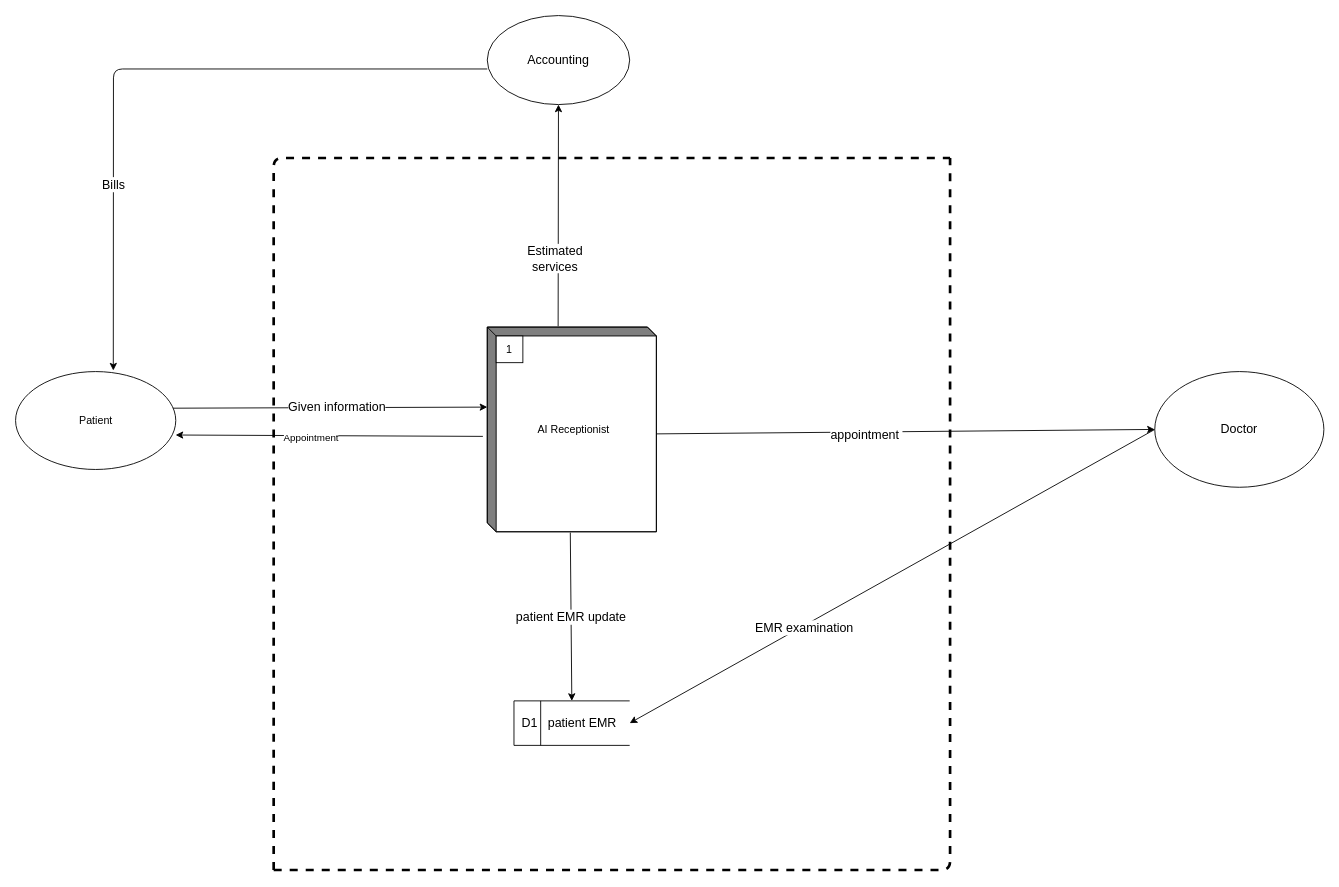
Earlier version of the draw.io diagram leveloneDFD.drawio (srssina/Healthcare_Database_system). Source tidied: cells renumbered, new cells numbered last; positions are measured from the earlier drawing's top-left corner, leaving out a move shared by most shapes. Both pictures are drawn from the tidied source at 89%, with x=0, y=0 at pixel (15, 15).
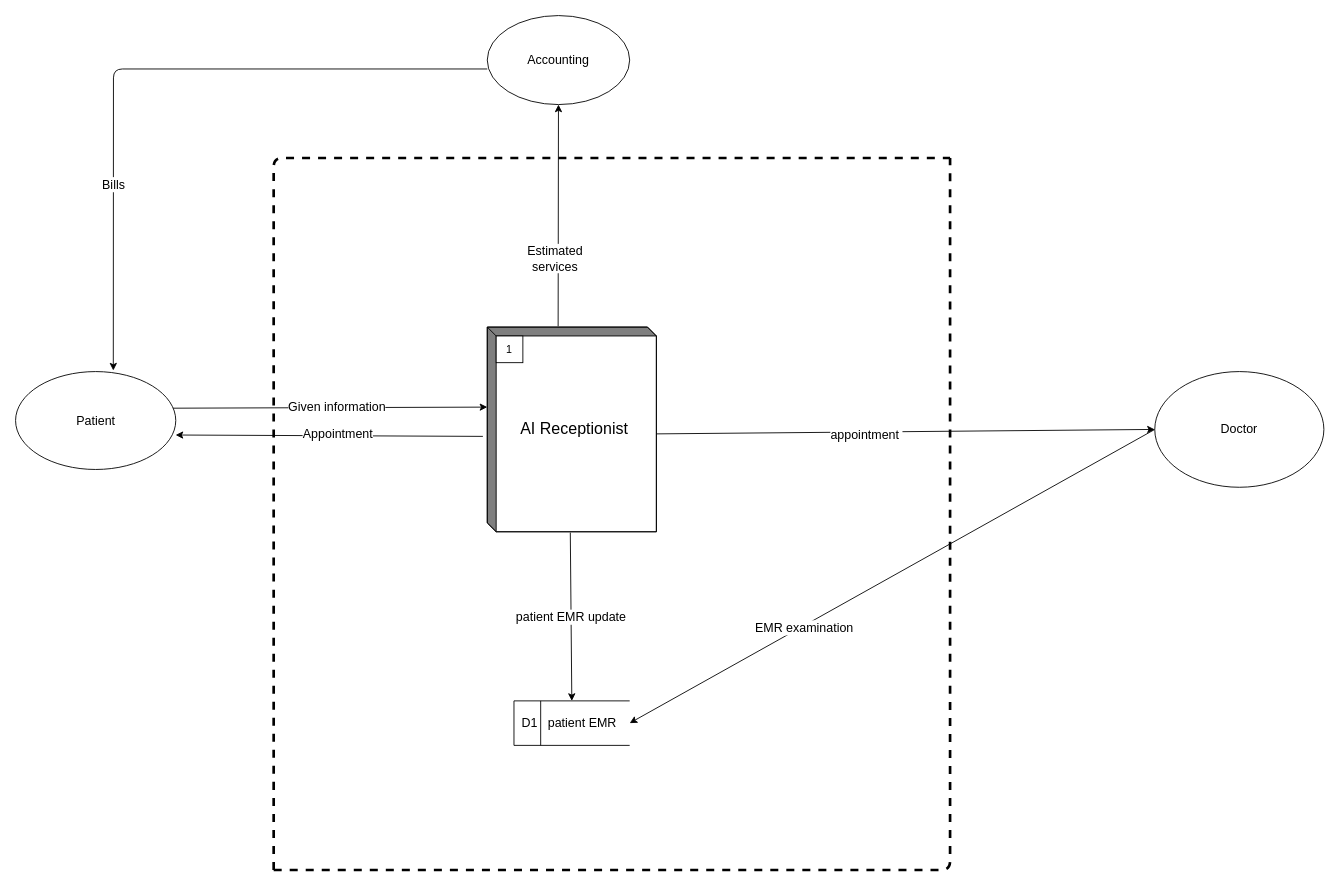
The same page after the edit.

Unchanged cells that the change refers to:
```xml
<mxCell id="9" style="edgeStyle=none;html=1;entryX=0.999;entryY=0.648;entryDx=0;entryDy=0;entryPerimeter=0;exitX=-0.026;exitY=0.534;exitDx=0;exitDy=0;exitPerimeter=0;" parent="1" edge="1" source="11" target="4">
  <mxGeometry relative="1" as="geometry" />
</mxCell>
```

Change to the diagram source:
```diff
@@
-    <mxCell id="4" value="Patient" style="shape=ellipse;html=1;dashed=0;whitespace=wrap;perimeter=ellipsePerimeter;rounded=0;strokeColor=default;fillColor=default;gradientColor=none;" parent="1" vertex="1">
+    <mxCell id="4" value="&lt;font style=&quot;font-size: 14px;&quot;&gt;Patient&lt;/font&gt;" style="shape=ellipse;html=1;dashed=0;whitespace=wrap;perimeter=ellipsePerimeter;rounded=0;strokeColor=default;fillColor=default;gradientColor=none;" parent="1" vertex="1">
       <mxGeometry y="400" width="180" height="110" as="geometry" />
     </mxCell>
@@
-    <mxCell id="10" value="Appointment" style="edgeLabel;html=1;align=center;verticalAlign=middle;" parent="9" vertex="1">
+    <mxCell id="10" value="&lt;font style=&quot;font-size: 14px;&quot;&gt;Appointment&lt;/font&gt;" style="edgeLabel;html=1;align=center;verticalAlign=middle;" parent="9" vertex="1">
       <mxGeometry x="0.3" y="2" relative="1" as="geometry">
-        <mxPoint x="30" as="offset" />
+        <mxPoint x="60" y="-4" as="offset" />
       </mxGeometry>
     </mxCell>
-    <mxCell id="11" value="&amp;nbsp;AI Receptionist" style="html=1;dashed=0;whitespace=wrap;shape=mxgraph.dfd.externalEntity;" parent="1" vertex="1">
+    <mxCell id="11" value="&lt;font style=&quot;font-size: 18px;&quot;&gt;&amp;nbsp;AI Receptionist&lt;/font&gt;" style="html=1;dashed=0;whitespace=wrap;shape=mxgraph.dfd.externalEntity;" parent="1" vertex="1">
       <mxGeometry x="530" y="350" width="190" height="230" as="geometry" />
     </mxCell>
```
